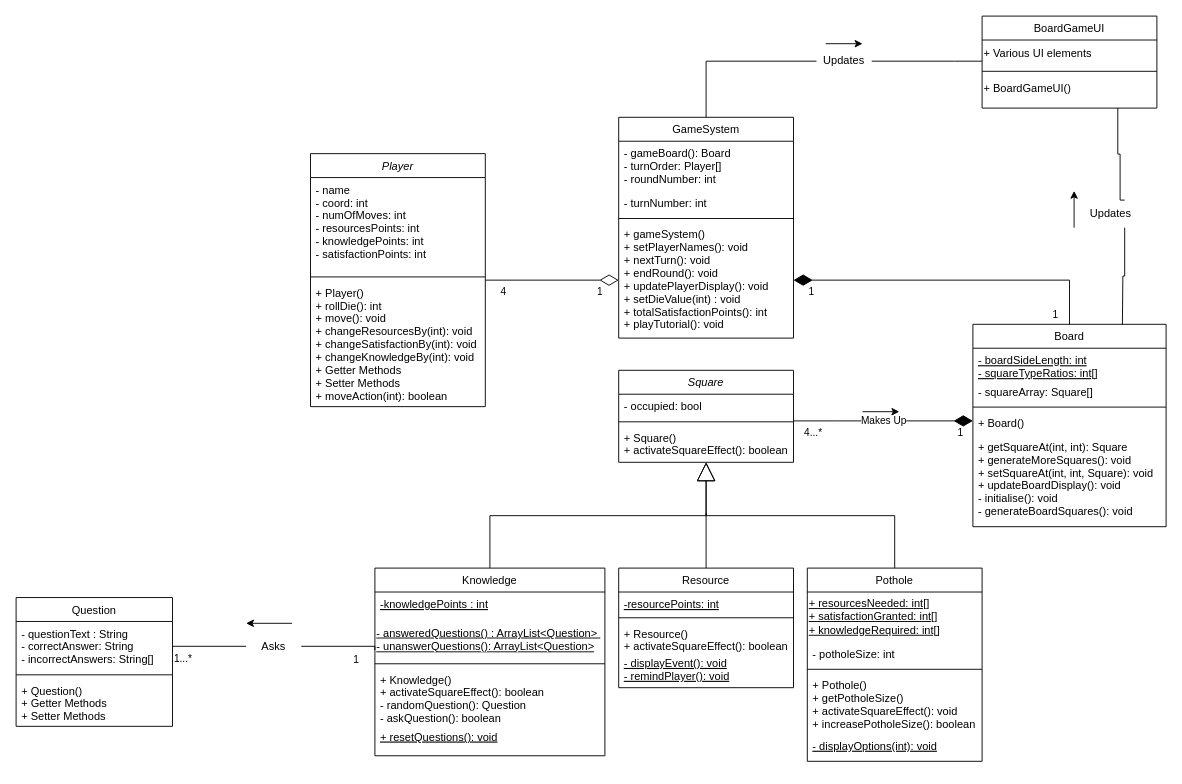
Earlier version of the draw.io diagram Deliverables/Semester 1/PDF Report/Diagrams/UML_Class_Diagram.drawio (Xelodico/engineers-without-borders). Source tidied: cells renumbered, new cells numbered last; positions are measured from the earlier drawing's top-left corner, leaving out a move shared by most shapes. Both pictures are drawn from the tidied source at 92%, with x=0, y=0 at pixel (16, 16).
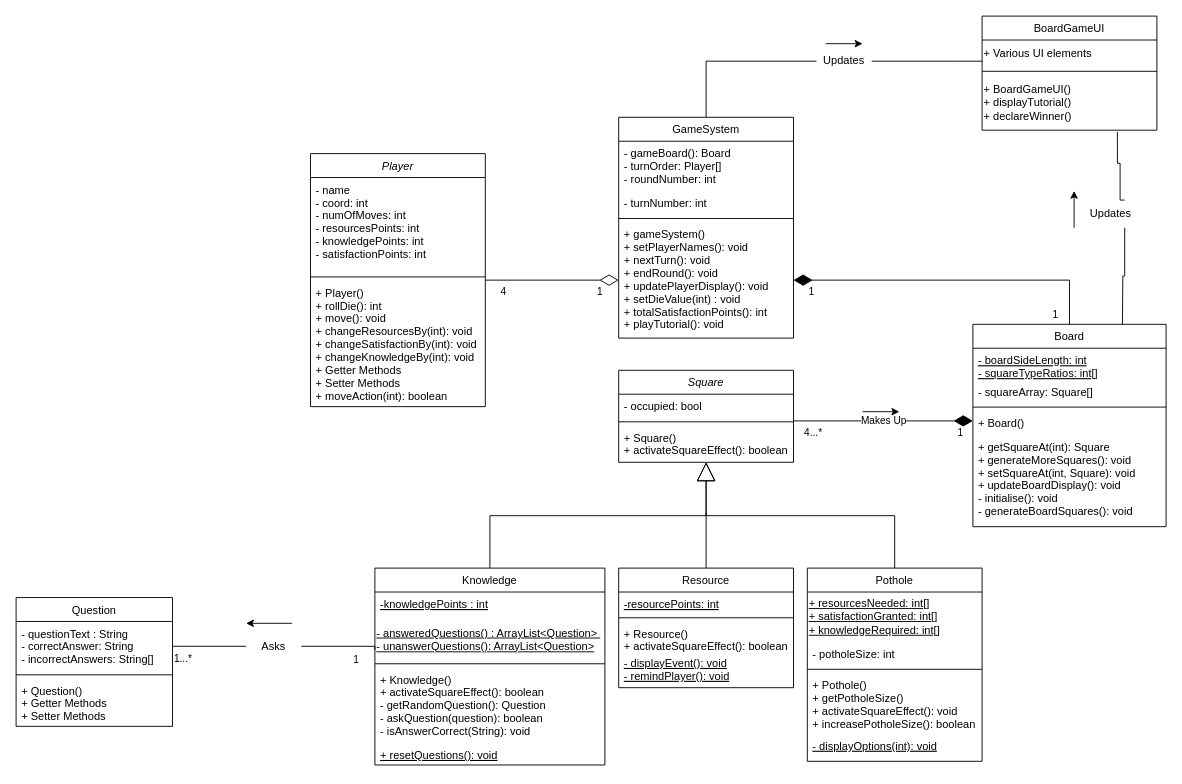
The same diagram, later.

Unchanged cells that the change refers to:
```xml
<mxCell id="20" value="Board" style="swimlane;fontStyle=0;align=center;verticalAlign=top;horizontal=1;startSize=26;rounded=0;shadow=0;strokeWidth=1;" parent="1" vertex="1">
  <mxGeometry x="1040" y="335" width="210" height="220" as="geometry" />
</mxCell>
<mxCell id="62" value="Updates" style="text;html=1;align=center;verticalAlign=middle;whiteSpace=wrap;rounded=0;" parent="1" vertex="1">
  <mxGeometry x="1160" y="200" width="60" height="30" as="geometry" />
</mxCell>
```

The edit, as a diff of the source:
```diff
@@
     <mxCell id="6" value="Knowledge" style="swimlane;fontStyle=0;align=center;verticalAlign=top;horizontal=1;startSize=26;rounded=0;shadow=0;strokeWidth=1;" parent="1" vertex="1">
-      <mxGeometry x="390" y="600" width="250" height="204" as="geometry" />
+      <mxGeometry x="390" y="600" width="250" height="214" as="geometry" />
     </mxCell>
@@
-    <mxCell id="10" value="+ Knowledge()&#10;+ activateSquareEffect(): boolean&#10;- randomQuestion(): Question&#10;- askQuestion(): boolean&#10;" style="text;align=left;verticalAlign=top;spacingLeft=4;spacingRight=4;overflow=hidden;fontStyle=0;" parent="6" vertex="1">
-      <mxGeometry y="108" width="250" height="62" as="geometry" />
+    <mxCell id="10" value="+ Knowledge()&#10;+ activateSquareEffect(): boolean&#10;- getRandomQuestion(): Question&#10;- askQuestion(question): boolean&#10;- isAnswerCorrect(String): void" style="text;align=left;verticalAlign=top;spacingLeft=4;spacingRight=4;overflow=hidden;fontStyle=0;" parent="6" vertex="1">
+      <mxGeometry y="108" width="250" height="82" as="geometry" />
     </mxCell>
     <mxCell id="11" value="+ resetQuestions(): void" style="text;align=left;verticalAlign=top;spacingLeft=4;spacingRight=4;overflow=hidden;rounded=0;shadow=0;html=0;fontStyle=4;" parent="6" vertex="1">
-      <mxGeometry y="170" width="250" height="24" as="geometry" />
+      <mxGeometry y="190" width="250" height="24" as="geometry" />
     </mxCell>
@@
-    <mxCell id="25" value="+ getSquareAt(int, int): Square&#10;+ generateMoreSquares(): void&#10;+ setSquareAt(int, int, Square): void&#10;+ updateBoardDisplay(): void&#10;- initialise(): void&#10;- generateBoardSquares(): void&#10;" style="text;align=left;verticalAlign=top;spacingLeft=4;spacingRight=4;overflow=hidden;" parent="20" vertex="1">
+    <mxCell id="25" value="+ getSquareAt(int): Square&#10;+ generateMoreSquares(): void&#10;+ setSquareAt(int, Square): void&#10;+ updateBoardDisplay(): void&#10;- initialise(): void&#10;- generateBoardSquares(): void&#10;" style="text;align=left;verticalAlign=top;spacingLeft=4;spacingRight=4;overflow=hidden;" parent="20" vertex="1">
       <mxGeometry y="120" width="210" height="100" as="geometry" />
     </mxCell>
@@
     <mxCell id="53" value="BoardGameUI" style="swimlane;fontStyle=0;align=center;verticalAlign=top;horizontal=1;startSize=26;rounded=0;shadow=0;strokeWidth=1;" parent="1" vertex="1">
-      <mxGeometry x="1050" width="190" height="100" as="geometry" />
+      <mxGeometry x="1050" width="190" height="124" as="geometry" />
     </mxCell>
@@
-    <mxCell id="56" value="+ BoardGameUI()" style="text;html=1;align=left;verticalAlign=middle;points=[];strokeColor=none;fillColor=none;" parent="53" vertex="1">
-      <mxGeometry y="64" width="190" height="30" as="geometry" />
+    <mxCell id="56" value="+ BoardGameUI()&lt;div&gt;+ displayTutorial()&lt;/div&gt;&lt;div&gt;+ declareWinner()&lt;/div&gt;" style="text;html=1;align=left;verticalAlign=middle;points=[];strokeColor=none;fillColor=none;" parent="53" vertex="1">
+      <mxGeometry y="64" width="190" height="60" as="geometry" />
     </mxCell>
-    <mxCell id="57" style="endArrow=none;html=1;rounded=0;entryX=0.75;entryY=1;entryDx=0;entryDy=0;exitX=0.75;exitY=0;exitDx=0;exitDy=0;edgeStyle=orthogonalEdgeStyle;" parent="1" edge="1" source="62">
+    <mxCell id="57" style="endArrow=none;html=1;rounded=0;exitX=0.75;exitY=0;exitDx=0;exitDy=0;edgeStyle=orthogonalEdgeStyle;entryX=0.774;entryY=1.033;entryDx=0;entryDy=0;entryPerimeter=0;" parent="1" edge="1" source="62" target="56">
       <mxGeometry relative="1" as="geometry">
-        <mxPoint x="1197.5" y="100" as="targetPoint" />
         <Array as="points">
           <mxPoint x="1200" y="200" />
-          <mxPoint x="1200" y="150" />
-          <mxPoint x="1198" y="150" />
+          <mxPoint x="1200" y="160" />
+          <mxPoint x="1197" y="160" />
         </Array>
       </mxGeometry>
     </mxCell>
```
